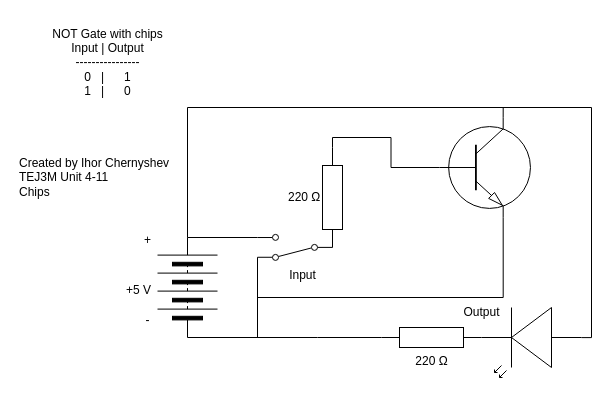
The draw.io diagram 4-07/schematic_diagram.drawio in ihor-chernyshev/TEJ3M-Unit-4, before the edit. Source tidied: cells renumbered, new cells numbered last; positions are measured from the earlier drawing's top-left corner, leaving out a move shared by most shapes. Both pictures are drawn from the tidied source at 100%, with x=0, y=0 at pixel (17, 17).
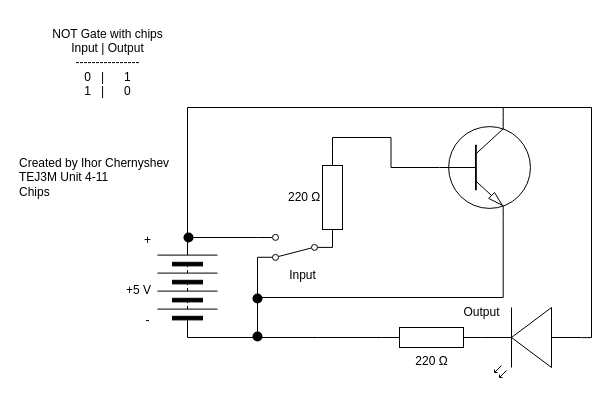
Above is the later version.

Diff of the diagram source:
```diff
@@
+    <mxCell id="25" style="shape=ellipse;fillColor=#000000;strokeColor=none;html=1;sketch=0;" parent="1" vertex="1">
+      <mxGeometry x="166" y="215" width="10" height="10" as="geometry" />
+    </mxCell>
+    <mxCell id="26" style="shape=ellipse;fillColor=#000000;strokeColor=none;html=1;sketch=0;" parent="1" vertex="1">
+      <mxGeometry x="235" y="276" width="10" height="10" as="geometry" />
+    </mxCell>
+    <mxCell id="27" style="shape=ellipse;fillColor=#000000;strokeColor=none;html=1;sketch=0;" parent="1" vertex="1">
+      <mxGeometry x="235" y="314" width="10" height="10" as="geometry" />
+    </mxCell>
```
